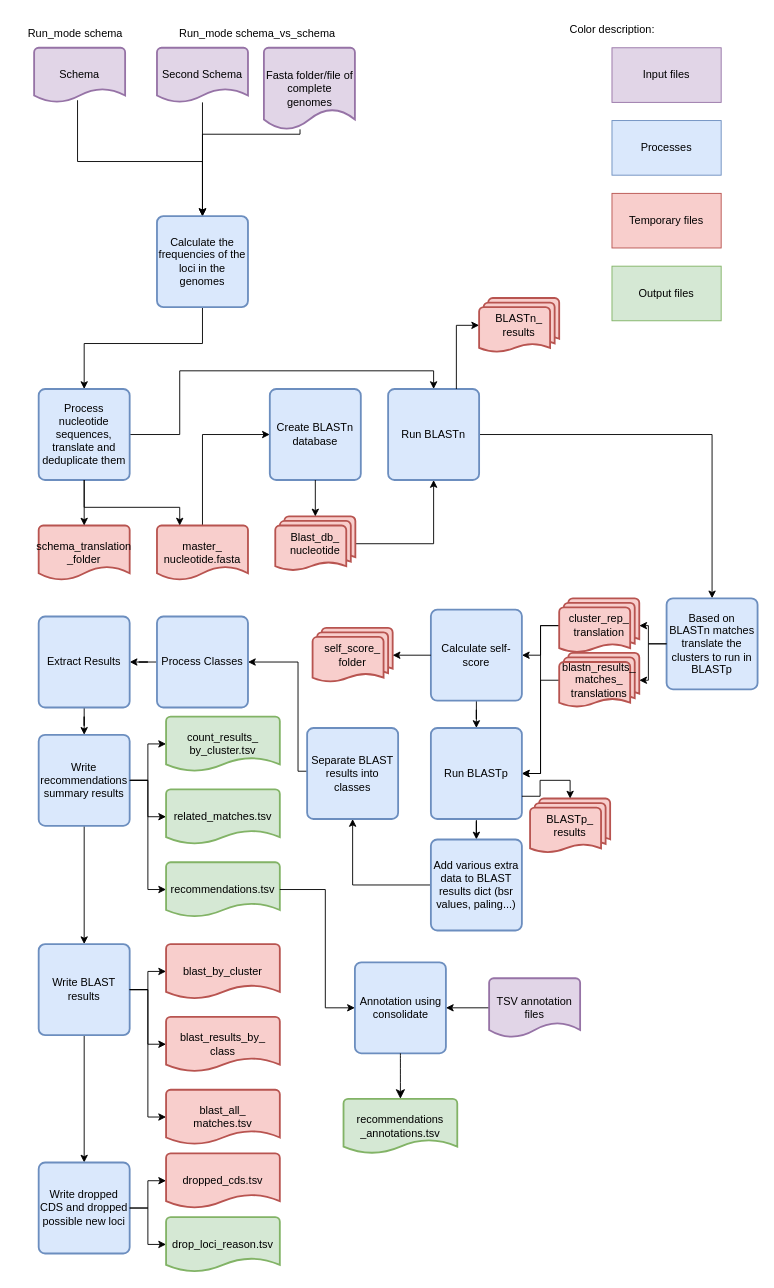
B-UMMI/Schema_Refinery keeps this draw.io diagram as SchemaRefinery/docs/SchemaRefinery/Modules/source/IdentifySpuriousGenes_schema.drawio. Above is the earlier version. Source tidied: cells renumbered, new cells numbered last; positions are measured from the earlier drawing's top-left corner, leaving out a move shared by most shapes. Both pictures are drawn from the tidied source at 91%, with x=0, y=0 at pixel (15, 15).
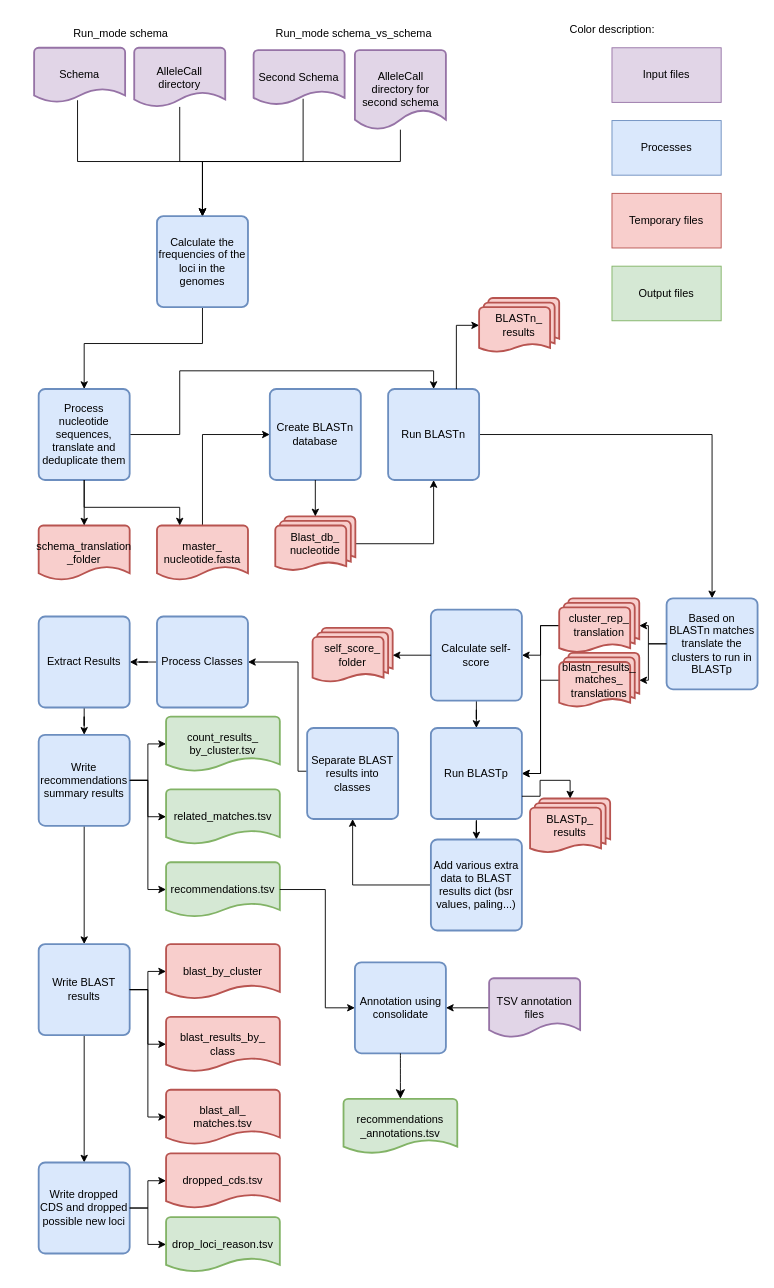
The same page after the edit.

The change refers to these unchanged cells:
```xml
<mxCell id="67" value="Calculate the frequencies of the loci in the genomes" style="rounded=1;whiteSpace=wrap;html=1;absoluteArcSize=1;arcSize=14;strokeWidth=2;fillColor=#dae8fc;strokeColor=#6c8ebf;" parent="1" vertex="1">
  <mxGeometry x="155" y="220" width="100" height="100" as="geometry" />
</mxCell>
```

What changed in the source:
```diff
@@
+    <mxCell id="80" style="edgeStyle=orthogonalEdgeStyle;rounded=0;jettySize=auto;html=1;entryX=0.5;entryY=0;entryDx=0;entryDy=0;" parent="1" edge="1" source="77" target="67">
+      <mxGeometry relative="1" as="geometry">
+        <Array as="points">
+          <mxPoint x="423" y="160" />
+          <mxPoint x="205" y="160" />
+        </Array>
+      </mxGeometry>
+    </mxCell>
-    <mxCell id="77" value="Fasta folder/file of complete genomes" style="strokeWidth=2;html=1;shape=mxgraph.flowchart.document2;whiteSpace=wrap;size=0.25;fillColor=#E1D5E7;strokeColor=#9673A6;" parent="1" vertex="1">
-      <mxGeometry x="272.5" y="35" width="100" height="90" as="geometry" />
+    <mxCell id="77" value="AlleleCall directory for second schema" style="strokeWidth=2;html=1;shape=mxgraph.flowchart.document2;whiteSpace=wrap;size=0.25;fillColor=#E1D5E7;strokeColor=#9673A6;" parent="1" vertex="1">
+      <mxGeometry x="372.5" y="37.5" width="100" height="87.5" as="geometry" />
     </mxCell>
+    <mxCell id="79" style="edgeStyle=orthogonalEdgeStyle;rounded=0;jettySize=auto;html=1;entryX=0.5;entryY=0;entryDx=0;entryDy=0;exitX=0.544;exitY=0.892;exitDx=0;exitDy=0;exitPerimeter=0;" parent="1" edge="1" source="78" target="67">
+      <mxGeometry relative="1" as="geometry">
+        <Array as="points">
+          <mxPoint x="316" y="160" />
+          <mxPoint x="205" y="160" />
+        </Array>
+      </mxGeometry>
+    </mxCell>
     <mxCell id="78" value="Second Schema" style="strokeWidth=2;html=1;shape=mxgraph.flowchart.document2;whiteSpace=wrap;size=0.25;fillColor=#E1D5E7;strokeColor=#9673A6;" parent="1" vertex="1">
-      <mxGeometry x="155" y="35" width="100" height="60" as="geometry" />
+      <mxGeometry x="261.2" y="37.5" width="100" height="60" as="geometry" />
     </mxCell>
-    <mxCell id="79" style="edgeStyle=orthogonalEdgeStyle;rounded=0;jettySize=auto;html=1;entryX=0.5;entryY=0;entryDx=0;entryDy=0;" parent="1" edge="1" source="78" target="67">
-      <mxGeometry relative="1" as="geometry" />
-    </mxCell>
-    <mxCell id="80" style="edgeStyle=orthogonalEdgeStyle;rounded=0;jettySize=auto;html=1;entryX=0.5;entryY=0;entryDx=0;entryDy=0;exitX=0.397;exitY=0.996;exitDx=0;exitDy=0;exitPerimeter=0;" parent="1" edge="1" source="77" target="67">
-      <mxGeometry relative="1" as="geometry">
-        <Array as="points">
-          <mxPoint x="312" y="130" />
-          <mxPoint x="205" y="130" />
-        </Array>
-      </mxGeometry>
-    </mxCell>
     <mxCell id="81" value="Run_mode schema" style="text;html=1;align=center;verticalAlign=middle;strokeColor=none;fillColor=none;" parent="1" vertex="1">
-      <mxGeometry y="5" width="130" height="30" as="geometry" />
+      <mxGeometry x="50" y="5" width="130" height="30" as="geometry" />
     </mxCell>
     <mxCell id="82" value="Run_mode schema_vs_schema" style="text;html=1;align=center;verticalAlign=middle;strokeColor=none;fillColor=none;" parent="1" vertex="1">
-      <mxGeometry x="170" y="5" width="190" height="30" as="geometry" />
+      <mxGeometry x="276.2" y="5" width="190" height="30" as="geometry" />
     </mxCell>
+    <mxCell id="83" style="edgeStyle=orthogonalEdgeStyle;rounded=0;jettySize=auto;html=1;entryX=0.5;entryY=0;entryDx=0;entryDy=0;" parent="1" edge="1" source="84" target="67">
+      <mxGeometry relative="1" as="geometry" />
+    </mxCell>
+    <mxCell id="84" value="AlleleCall directory" style="strokeWidth=2;html=1;shape=mxgraph.flowchart.document2;whiteSpace=wrap;size=0.25;fillColor=#E1D5E7;strokeColor=#9673A6;" parent="1" vertex="1">
+      <mxGeometry x="130" y="35" width="100" height="65" as="geometry" />
+    </mxCell>
```
